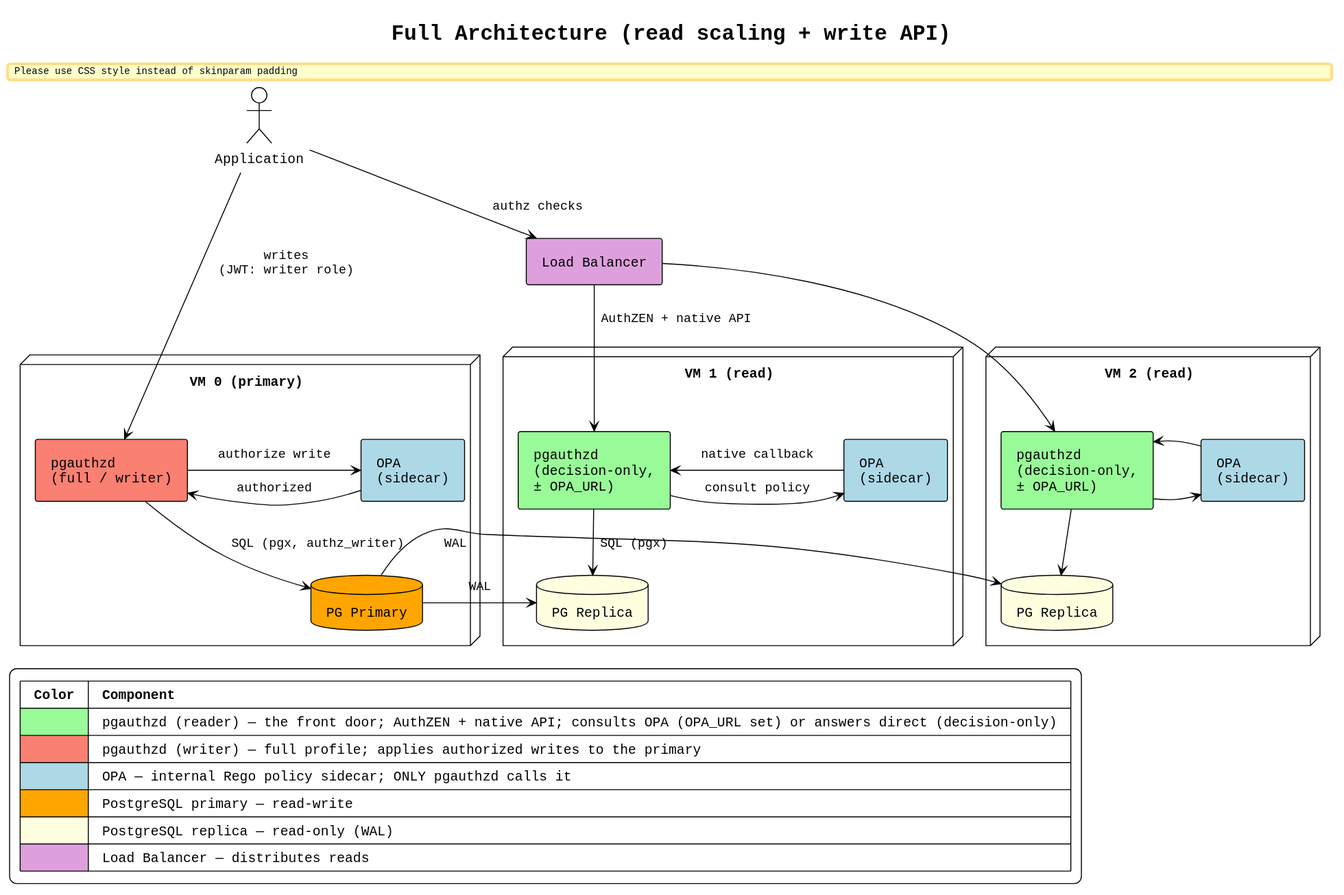
The PlantUML diagram docs/architecture-full.svg in thomasdarimont/pgauthz, before a commit.
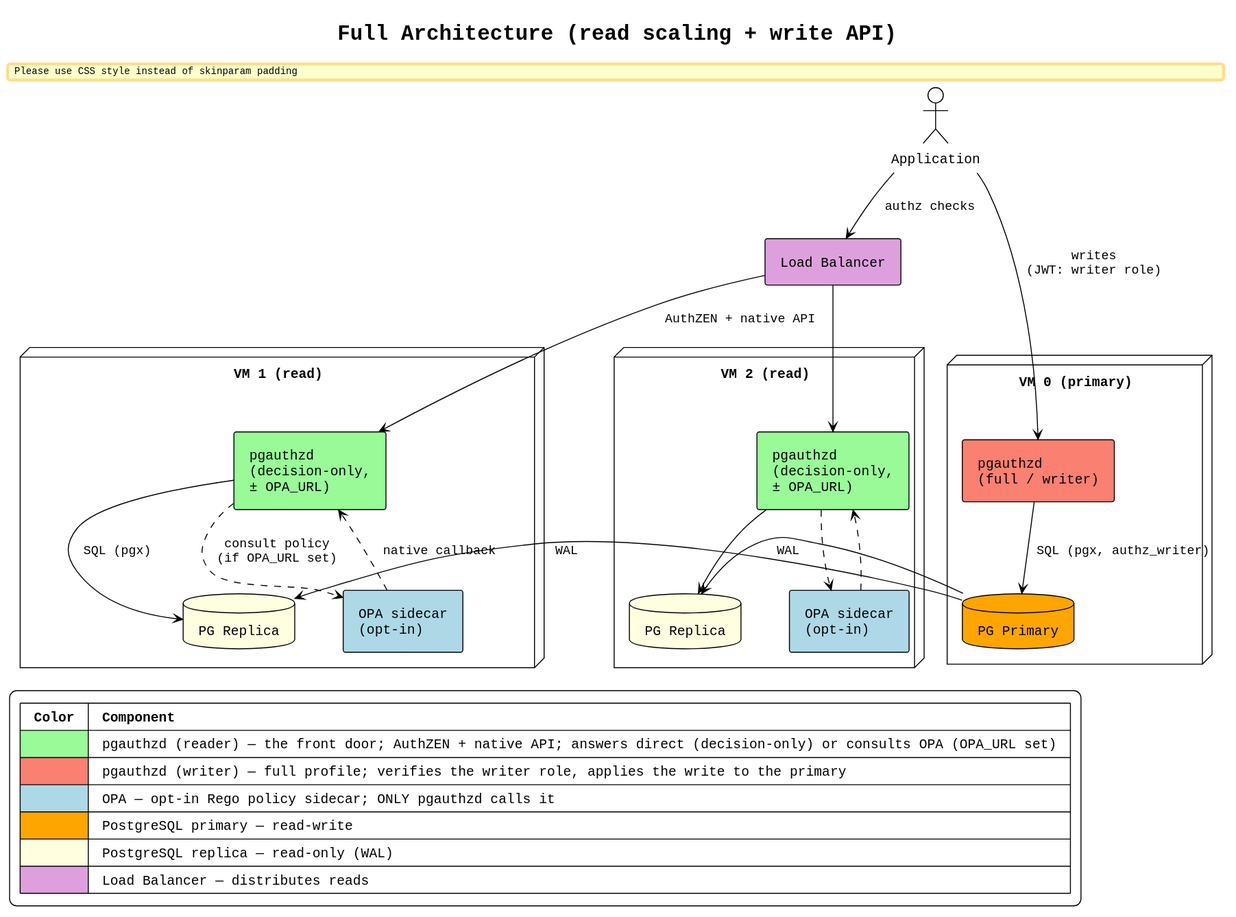
Later version of the same file.

Diff of the diagram source:
```diff
@@ -15,35 +15,32 @@
 
 node "VM 1 (read)" as vm1 {
     component "pgauthzd\n(decision-only,\n± OPA_URL)" as pgd_a #PaleGreen
-    component "OPA\n(sidecar)" as opa_a #LightBlue
+    component "OPA sidecar\n(opt-in)" as opa_a #LightBlue
     database "PG Replica" as pgr_a #LightYellow
 }
 
 node "VM 2 (read)" as vm2 {
     component "pgauthzd\n(decision-only,\n± OPA_URL)" as pgd_b #PaleGreen
-    component "OPA\n(sidecar)" as opa_b #LightBlue
+    component "OPA sidecar\n(opt-in)" as opa_b #LightBlue
     database "PG Replica" as pgr_b #LightYellow
 }
 
 node "VM 0 (primary)" as vm0 {
     component "pgauthzd\n(full / writer)" as pgd_w #Salmon
-    component "OPA\n(sidecar)" as opa_w #LightBlue
     database "PG Primary" as pgp #Orange
 }
 
 app -down-> lb : "authz checks"
 lb -down-> pgd_a : "AuthZEN + native API"
 lb -down-> pgd_b
-pgd_a -right-> opa_a : "consult policy"
-opa_a -left-> pgd_a : "native callback"
-pgd_b -right-> opa_b
-opa_b -left-> pgd_b
+pgd_a ..> opa_a : "consult policy\n(if OPA_URL set)"
+opa_a ..> pgd_a : "native callback"
+pgd_b ..> opa_b
+opa_b ..> pgd_b
 pgd_a -down-> pgr_a : "SQL (pgx)"
 pgd_b -down-> pgr_b
 
 app -down-> pgd_w : "writes\n(JWT: writer role)"
-pgd_w -right-> opa_w : "authorize write"
-opa_w -left-> pgd_w : "authorized"
 pgd_w -down-> pgp : "SQL (pgx, authz_writer)"
 
 pgp -right-> pgr_a : "  WAL  "
@@ -51,9 +48,9 @@
 
 legend bottom left
   |= Color |= Component |
-  | <#PaleGreen> | pgauthzd (reader) — the front door; AuthZEN + native API; consults OPA (OPA_URL set) or answers direct (decision-only) |
-  | <#Salmon> | pgauthzd (writer) — full profile; applies authorized writes to the primary |
-  | <#LightBlue> | OPA — internal Rego policy sidecar; ONLY pgauthzd calls it |
+  | <#PaleGreen> | pgauthzd (reader) — the front door; AuthZEN + native API; answers direct (decision-only) or consults OPA (OPA_URL set) |
+  | <#Salmon> | pgauthzd (writer) — full profile; verifies the writer role, applies the write to the primary |
+  | <#LightBlue> | OPA — opt-in Rego policy sidecar; ONLY pgauthzd calls it |
   | <#Orange> | PostgreSQL primary — read-write |
   | <#LightYellow> | PostgreSQL replica — read-only (WAL) |
   | <#Plum> | Load Balancer — distributes reads |
```
